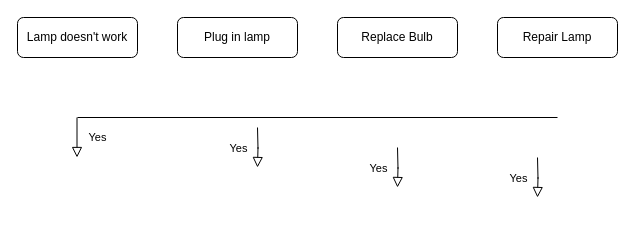
Earlier version of the draw.io diagram Untitled Diagram.drawio (Badigribz/portfolio). Source tidied: cells renumbered, new cells numbered last; positions are measured from the earlier drawing's top-left corner, leaving out a move shared by most shapes. Both pictures are drawn from the tidied source at 100%, with x=0, y=0 at pixel (17, 17).
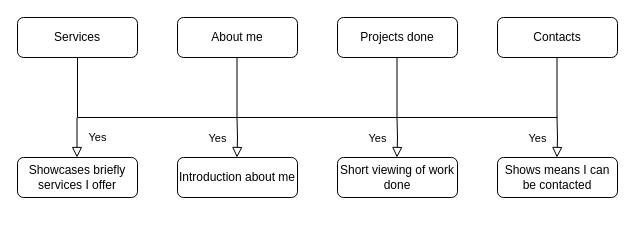
Above is the later version.

The edit, as a diff of the source:
```diff
@@
-    <mxCell id="2" value="Lamp doesn't work" style="rounded=1;whiteSpace=wrap;html=1;fontSize=12;glass=0;strokeWidth=1;shadow=0;" parent="1" vertex="1">
+    <mxCell id="2" value="Services" style="rounded=1;whiteSpace=wrap;html=1;fontSize=12;glass=0;strokeWidth=1;shadow=0;" parent="1" vertex="1">
       <mxGeometry width="120" height="40" as="geometry" />
     </mxCell>
@@
-    <mxCell id="4" value="Plug in lamp" style="rounded=1;whiteSpace=wrap;html=1;fontSize=12;glass=0;strokeWidth=1;shadow=0;" parent="1" vertex="1">
+    <mxCell id="4" value="About me" style="rounded=1;whiteSpace=wrap;html=1;fontSize=12;glass=0;strokeWidth=1;shadow=0;" parent="1" vertex="1">
       <mxGeometry x="160" width="120" height="40" as="geometry" />
     </mxCell>
-    <mxCell id="5" value="Repair Lamp" style="rounded=1;whiteSpace=wrap;html=1;fontSize=12;glass=0;strokeWidth=1;shadow=0;" parent="1" vertex="1">
+    <mxCell id="5" value="Contacts" style="rounded=1;whiteSpace=wrap;html=1;fontSize=12;glass=0;strokeWidth=1;shadow=0;" parent="1" vertex="1">
       <mxGeometry x="480" width="120" height="40" as="geometry" />
     </mxCell>
-    <mxCell id="6" value="Replace Bulb" style="rounded=1;whiteSpace=wrap;html=1;fontSize=12;glass=0;strokeWidth=1;shadow=0;" parent="1" vertex="1">
+    <mxCell id="6" value="Projects done" style="rounded=1;whiteSpace=wrap;html=1;fontSize=12;glass=0;strokeWidth=1;shadow=0;" parent="1" vertex="1">
       <mxGeometry x="320" width="120" height="40" as="geometry" />
     </mxCell>
     <mxCell id="7" value="Yes" style="rounded=0;html=1;jettySize=auto;orthogonalLoop=1;fontSize=11;endArrow=block;endFill=0;endSize=8;strokeWidth=1;shadow=0;labelBackgroundColor=none;edgeStyle=orthogonalEdgeStyle;" parent="1" edge="1">
       <mxGeometry y="20" relative="1" as="geometry">
-        <mxPoint x="240" y="110" as="sourcePoint" />
-        <mxPoint x="240" y="150" as="targetPoint" />
+        <mxPoint x="219.5" y="100" as="sourcePoint" />
+        <mxPoint x="219.5" y="140" as="targetPoint" />
       </mxGeometry>
     </mxCell>
     <mxCell id="8" value="Yes" style="rounded=0;html=1;jettySize=auto;orthogonalLoop=1;fontSize=11;endArrow=block;endFill=0;endSize=8;strokeWidth=1;shadow=0;labelBackgroundColor=none;edgeStyle=orthogonalEdgeStyle;" parent="1" edge="1">
       <mxGeometry y="20" relative="1" as="geometry">
-        <mxPoint x="380" y="130" as="sourcePoint" />
-        <mxPoint x="380" y="170" as="targetPoint" />
+        <mxPoint x="379.5" y="100" as="sourcePoint" />
+        <mxPoint x="379.5" y="140" as="targetPoint" />
       </mxGeometry>
     </mxCell>
     <mxCell id="9" value="Yes" style="rounded=0;html=1;jettySize=auto;orthogonalLoop=1;fontSize=11;endArrow=block;endFill=0;endSize=8;strokeWidth=1;shadow=0;labelBackgroundColor=none;edgeStyle=orthogonalEdgeStyle;" parent="1" edge="1">
       <mxGeometry y="20" relative="1" as="geometry">
-        <mxPoint x="520" y="140" as="sourcePoint" />
-        <mxPoint x="520" y="180" as="targetPoint" />
+        <mxPoint x="539.5" y="100" as="sourcePoint" />
+        <mxPoint x="539.5" y="140" as="targetPoint" />
       </mxGeometry>
     </mxCell>
@@
+    <mxCell id="11" style="endArrow=none;html=1;rounded=0;entryX=0.5;entryY=1;entryDx=0;entryDy=0;" parent="1" edge="1" target="2">
+      <mxGeometry relative="1" as="geometry">
+        <mxPoint x="60" y="100" as="sourcePoint" />
+      </mxGeometry>
+    </mxCell>
+    <mxCell id="12" style="endArrow=none;html=1;rounded=0;entryX=0.5;entryY=1;entryDx=0;entryDy=0;" parent="1" edge="1">
+      <mxGeometry relative="1" as="geometry">
+        <mxPoint x="219.5" y="100" as="sourcePoint" />
+        <mxPoint x="219.5" y="40" as="targetPoint" />
+      </mxGeometry>
+    </mxCell>
+    <mxCell id="13" style="endArrow=none;html=1;rounded=0;entryX=0.5;entryY=1;entryDx=0;entryDy=0;" parent="1" edge="1">
+      <mxGeometry relative="1" as="geometry">
+        <mxPoint x="379.5" y="100" as="sourcePoint" />
+        <mxPoint x="379.5" y="40" as="targetPoint" />
+      </mxGeometry>
+    </mxCell>
+    <mxCell id="14" style="endArrow=none;html=1;rounded=0;entryX=0.5;entryY=1;entryDx=0;entryDy=0;" parent="1" edge="1">
+      <mxGeometry relative="1" as="geometry">
+        <mxPoint x="539.5" y="100" as="sourcePoint" />
+        <mxPoint x="539.5" y="40" as="targetPoint" />
+      </mxGeometry>
+    </mxCell>
+    <mxCell id="15" value="Showcases briefly services I offer" style="rounded=1;whiteSpace=wrap;html=1;fontSize=12;glass=0;strokeWidth=1;shadow=0;" parent="1" vertex="1">
+      <mxGeometry y="140" width="120" height="40" as="geometry" />
+    </mxCell>
+    <mxCell id="16" value="Introduction about me" style="rounded=1;whiteSpace=wrap;html=1;fontSize=12;glass=0;strokeWidth=1;shadow=0;" parent="1" vertex="1">
+      <mxGeometry x="160" y="140" width="120" height="40" as="geometry" />
+    </mxCell>
+    <mxCell id="17" value="Short viewing of work done" style="rounded=1;whiteSpace=wrap;html=1;fontSize=12;glass=0;strokeWidth=1;shadow=0;" parent="1" vertex="1">
+      <mxGeometry x="320" y="140" width="120" height="40" as="geometry" />
+    </mxCell>
+    <mxCell id="18" value="Shows means I can be contacted" style="rounded=1;whiteSpace=wrap;html=1;fontSize=12;glass=0;strokeWidth=1;shadow=0;" parent="1" vertex="1">
+      <mxGeometry x="480" y="140" width="120" height="40" as="geometry" />
+    </mxCell>
```
